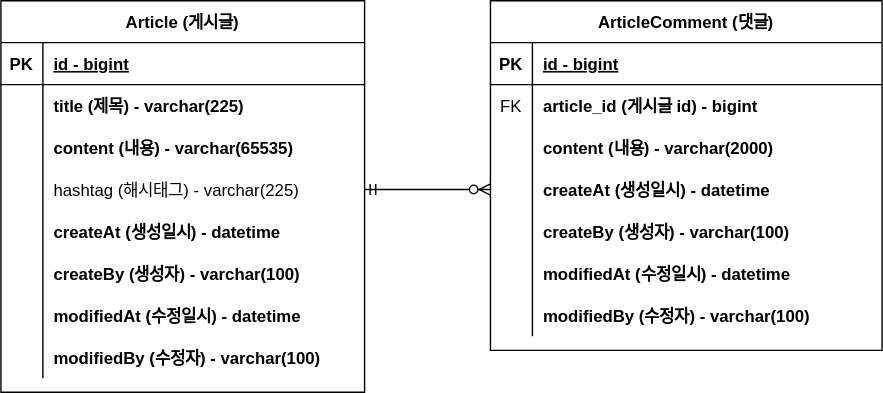
JYeongUk/board-project keeps this draw.io diagram as document/project-board-erd.svg. Above is the earlier version. Source tidied: cells renumbered, new cells last; positions are measured from the earlier drawing's top-left corner, leaving out a move shared by most shapes.
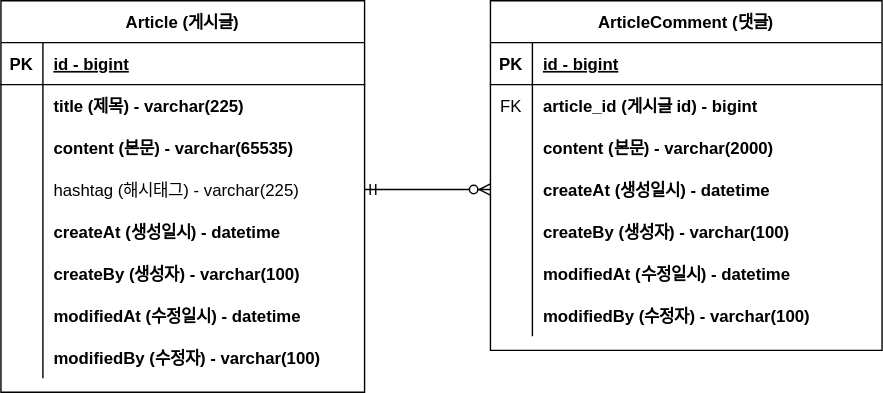
After the commit.

Commit message:
#8 - ERD 주석 업데이트: project-board-erd.svg

Diff of the diagram source:
```diff
@@ -39,7 +39,7 @@
     <mxCell id="12" style="shape=partialRectangle;fillColor=none;top=0;left=0;bottom=0;right=0;overflow=hidden;" parent="11" vertex="1">
       <mxGeometry width="30" height="30" as="geometry" />
     </mxCell>
-    <mxCell id="13" value="content (내용) - varchar(65535)" style="shape=partialRectangle;fillColor=none;top=0;left=0;bottom=0;right=0;align=left;spacingLeft=6;overflow=hidden;fontStyle=1;" parent="11" vertex="1">
+    <mxCell id="13" value="content (본문) - varchar(65535)" style="shape=partialRectangle;fillColor=none;top=0;left=0;bottom=0;right=0;align=left;spacingLeft=6;overflow=hidden;fontStyle=1;" parent="11" vertex="1">
       <mxGeometry x="30" width="230" height="30" as="geometry" />
     </mxCell>
     <mxCell id="14" style="shape=tableRow;horizontal=0;startSize=0;swimlaneHead=0;swimlaneBody=0;fillColor=none;points=[[0,0.5],[1,0.5]];portConstraint=eastwest;top=0;left=0;right=0;bottom=0;fontStyle=1;" parent="4" vertex="1">
@@ -114,7 +114,7 @@
     <mxCell id="37" style="shape=partialRectangle;fillColor=none;top=0;left=0;bottom=0;right=0;overflow=hidden;" parent="36" vertex="1">
       <mxGeometry width="30" height="30" as="geometry" />
     </mxCell>
-    <mxCell id="38" value="content (내용) - varchar(2000)" style="shape=partialRectangle;fillColor=none;top=0;left=0;bottom=0;right=0;align=left;spacingLeft=6;overflow=hidden;fontStyle=1;" parent="36" vertex="1">
+    <mxCell id="38" value="content (본문) - varchar(2000)" style="shape=partialRectangle;fillColor=none;top=0;left=0;bottom=0;right=0;align=left;spacingLeft=6;overflow=hidden;fontStyle=1;" parent="36" vertex="1">
       <mxGeometry x="30" width="250" height="30" as="geometry" />
     </mxCell>
     <mxCell id="39" style="shape=tableRow;horizontal=0;startSize=0;swimlaneHead=0;swimlaneBody=0;fillColor=none;points=[[0,0.5],[1,0.5]];portConstraint=eastwest;top=0;left=0;right=0;bottom=0;" parent="29" vertex="1">
```
